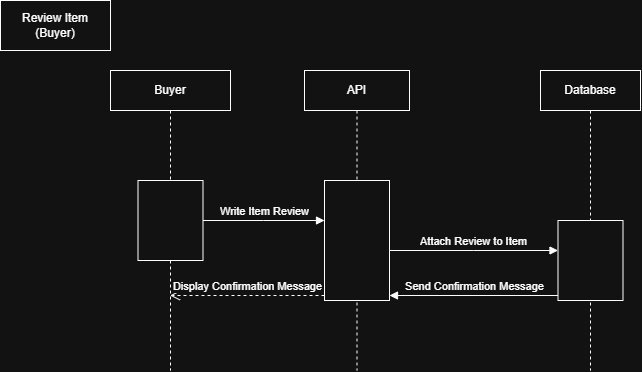
Earlier version of the draw.io export BraydenDiagrams/SequenceDiagram2.png (puckblocker/PokePacker). Source tidied: cells renumbered, new cells last; positions are measured from the earlier drawing's top-left corner, leaving out a move shared by most shapes. Source of this version:
```xml
<mxGraphModel>
  <root>
    <mxCell id="0" />
    <mxCell id="1" parent="0" />
    <mxCell id="2" value="Buyer" style="shape=umlLifeline;perimeter=lifelinePerimeter;whiteSpace=wrap;html=1;outlineConnect=0;portConstraint=eastwest;newEdgeStyle={&quot;edgeStyle&quot;:&quot;sequenceEdgeStyle&quot;,&quot;libavoidRouting&quot;:0,&quot;curved&quot;:0,&quot;rounded&quot;:0};" parent="1" vertex="1">
      <mxGeometry x="110" y="70" width="120" height="300" as="geometry" />
    </mxCell>
    <mxCell id="3" style="html=1;points=[[0,0,0,0,5],[0,1,0,0,-5],[1,0,0,0,5],[1,1,0,0,-5]];perimeter=orthogonalPerimeter;outlineConnect=0;targetShapes=umlLifeline;portConstraint=eastwest;newEdgeStyle={&quot;edgeStyle&quot;:&quot;sequenceEdgeStyle&quot;,&quot;libavoidRouting&quot;:0,&quot;curved&quot;:0,&quot;rounded&quot;:0};" parent="2" vertex="1">
      <mxGeometry x="27.5" y="110" width="65" height="80" as="geometry" />
    </mxCell>
    <mxCell id="4" value="Database" style="shape=umlLifeline;perimeter=lifelinePerimeter;whiteSpace=wrap;html=1;newEdgeStyle={&quot;edgeStyle&quot;:&quot;sequenceEdgeStyle&quot;,&quot;libavoidRouting&quot;:0,&quot;curved&quot;:0,&quot;rounded&quot;:0};" parent="1" vertex="1">
      <mxGeometry x="540" y="70" width="100" height="300" as="geometry" />
    </mxCell>
    <mxCell id="5" style="html=1;points=[[0,0,0,0,5],[0,1,0,0,-5],[1,0,0,0,5],[1,1,0,0,-5]];perimeter=orthogonalPerimeter;outlineConnect=0;targetShapes=umlLifeline;portConstraint=eastwest;newEdgeStyle={&quot;edgeStyle&quot;:&quot;sequenceEdgeStyle&quot;,&quot;libavoidRouting&quot;:0,&quot;curved&quot;:0,&quot;rounded&quot;:0};" parent="4" vertex="1">
      <mxGeometry x="17.5" y="150" width="65" height="80" as="geometry" />
    </mxCell>
    <mxCell id="6" value="Review Item&lt;div&gt;(Buyer)&lt;/div&gt;" style="html=1;whiteSpace=wrap;" parent="1" vertex="1">
      <mxGeometry width="110" height="50" as="geometry" />
    </mxCell>
    <mxCell id="7" value="Write Item Review" style="html=1;verticalAlign=bottom;endArrow=block;edgeStyle=sequenceEdgeStyle;libavoidRouting=0;curved=0;rounded=0;exitX=1;exitY=0;exitDx=0;exitDy=40;exitPerimeter=0;" parent="1" edge="1" source="3" target="13">
      <mxGeometry relative="1" as="geometry">
        <Array as="points">
          <mxPoint x="250" y="220" />
        </Array>
      </mxGeometry>
    </mxCell>
    <mxCell id="8" value="Attach Review to Item" style="html=1;verticalAlign=bottom;endArrow=block;edgeStyle=sequenceEdgeStyle;libavoidRouting=0;curved=0;rounded=0;exitX=1;exitY=0;exitDx=0;exitDy=70;exitPerimeter=0;" parent="1" edge="1" source="13" target="5">
      <mxGeometry relative="1" as="geometry">
        <Array as="points">
          <mxPoint x="450" y="250" />
        </Array>
      </mxGeometry>
    </mxCell>
    <mxCell id="9" value="Send Confirmation Message" style="html=1;verticalAlign=bottom;endArrow=block;edgeStyle=sequenceEdgeStyle;libavoidRouting=0;curved=0;rounded=0;entryX=1;entryY=1;entryDx=0;entryDy=-5;entryPerimeter=0;exitX=0;exitY=1;exitDx=0;exitDy=-5;exitPerimeter=0;" parent="1" edge="1" source="5" target="13">
      <mxGeometry relative="1" as="geometry">
        <Array as="points">
          <mxPoint x="338.5" y="295" />
        </Array>
      </mxGeometry>
    </mxCell>
    <mxCell id="10" value="Display Confirmation Message" style="html=1;verticalAlign=bottom;endArrow=open;dashed=1;endSize=8;edgeStyle=sequenceEdgeStyle;libavoidRouting=0;curved=0;rounded=0;exitX=0;exitY=1;exitDx=0;exitDy=-5;exitPerimeter=0;" parent="1" edge="1" source="13" target="2">
      <mxGeometry relative="1" as="geometry">
        <Array as="points">
          <mxPoint x="379.8" y="320" />
        </Array>
      </mxGeometry>
    </mxCell>
    <mxCell id="11" style="html=1;verticalAlign=bottom;endArrow=block;edgeStyle=sequenceEdgeStyle;libavoidRouting=0;curved=0;rounded=0;exitX=1;exitY=0;exitDx=0;exitDy=40;exitPerimeter=0;" parent="1" edge="1" target="12">
      <mxGeometry relative="1" as="geometry">
        <mxPoint x="360" y="220" as="sourcePoint" />
      </mxGeometry>
    </mxCell>
    <mxCell id="12" value="API" style="shape=umlLifeline;perimeter=lifelinePerimeter;whiteSpace=wrap;html=1;outlineConnect=0;portConstraint=eastwest;newEdgeStyle={&quot;edgeStyle&quot;:&quot;sequenceEdgeStyle&quot;,&quot;libavoidRouting&quot;:0,&quot;curved&quot;:0,&quot;rounded&quot;:0};" parent="1" vertex="1">
      <mxGeometry x="304" y="70" width="105" height="300" as="geometry" />
    </mxCell>
    <mxCell id="13" style="html=1;points=[[0,0,0,0,5],[0,1,0,0,-5],[1,0,0,0,5],[1,1,0,0,-5]];perimeter=orthogonalPerimeter;outlineConnect=0;targetShapes=umlLifeline;portConstraint=eastwest;newEdgeStyle={&quot;edgeStyle&quot;:&quot;sequenceEdgeStyle&quot;,&quot;libavoidRouting&quot;:0,&quot;curved&quot;:0,&quot;rounded&quot;:0};" parent="12" vertex="1">
      <mxGeometry x="20" y="110" width="65" height="120" as="geometry" />
    </mxCell>
  </root>
</mxGraphModel>
```
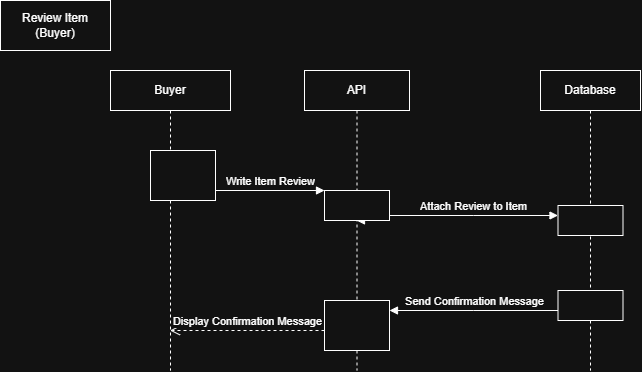
Above is the later version.

Commit message:
Updated Sequence Diagrams

The edit, as a diff of the source:
```diff
@@ -6,14 +6,17 @@
       <mxGeometry x="110" y="70" width="120" height="300" as="geometry" />
     </mxCell>
     <mxCell id="3" style="html=1;points=[[0,0,0,0,5],[0,1,0,0,-5],[1,0,0,0,5],[1,1,0,0,-5]];perimeter=orthogonalPerimeter;outlineConnect=0;targetShapes=umlLifeline;portConstraint=eastwest;newEdgeStyle={&quot;edgeStyle&quot;:&quot;sequenceEdgeStyle&quot;,&quot;libavoidRouting&quot;:0,&quot;curved&quot;:0,&quot;rounded&quot;:0};" parent="2" vertex="1">
-      <mxGeometry x="27.5" y="110" width="65" height="80" as="geometry" />
+      <mxGeometry x="40" y="80" width="65" height="50" as="geometry" />
     </mxCell>
     <mxCell id="4" value="Database" style="shape=umlLifeline;perimeter=lifelinePerimeter;whiteSpace=wrap;html=1;newEdgeStyle={&quot;edgeStyle&quot;:&quot;sequenceEdgeStyle&quot;,&quot;libavoidRouting&quot;:0,&quot;curved&quot;:0,&quot;rounded&quot;:0};" parent="1" vertex="1">
       <mxGeometry x="540" y="70" width="100" height="300" as="geometry" />
     </mxCell>
     <mxCell id="5" style="html=1;points=[[0,0,0,0,5],[0,1,0,0,-5],[1,0,0,0,5],[1,1,0,0,-5]];perimeter=orthogonalPerimeter;outlineConnect=0;targetShapes=umlLifeline;portConstraint=eastwest;newEdgeStyle={&quot;edgeStyle&quot;:&quot;sequenceEdgeStyle&quot;,&quot;libavoidRouting&quot;:0,&quot;curved&quot;:0,&quot;rounded&quot;:0};" parent="4" vertex="1">
-      <mxGeometry x="17.5" y="150" width="65" height="80" as="geometry" />
+      <mxGeometry x="17.5" y="135" width="65" height="30" as="geometry" />
     </mxCell>
+    <mxCell id="14" style="html=1;points=[[0,0,0,0,5],[0,1,0,0,-5],[1,0,0,0,5],[1,1,0,0,-5]];perimeter=orthogonalPerimeter;outlineConnect=0;targetShapes=umlLifeline;portConstraint=eastwest;newEdgeStyle={&quot;edgeStyle&quot;:&quot;sequenceEdgeStyle&quot;,&quot;libavoidRouting&quot;:0,&quot;curved&quot;:0,&quot;rounded&quot;:0};" parent="4" vertex="1">
+      <mxGeometry x="17.5" y="220" width="65" height="30" as="geometry" />
+    </mxCell>
     <mxCell id="6" value="Review Item&lt;div&gt;(Buyer)&lt;/div&gt;" style="html=1;whiteSpace=wrap;" parent="1" vertex="1">
       <mxGeometry width="110" height="50" as="geometry" />
     </mxCell>
@@ -24,24 +27,24 @@
         </Array>
       </mxGeometry>
     </mxCell>
-    <mxCell id="8" value="Attach Review to Item" style="html=1;verticalAlign=bottom;endArrow=block;edgeStyle=sequenceEdgeStyle;libavoidRouting=0;curved=0;rounded=0;exitX=1;exitY=0;exitDx=0;exitDy=70;exitPerimeter=0;" parent="1" edge="1" source="13" target="5">
+    <mxCell id="8" value="Attach Review to Item" style="html=1;verticalAlign=bottom;endArrow=block;edgeStyle=sequenceEdgeStyle;libavoidRouting=0;curved=0;rounded=0;exitX=1;exitY=1;exitDx=0;exitDy=-5;exitPerimeter=0;" parent="1" edge="1" source="13" target="5">
       <mxGeometry relative="1" as="geometry">
         <Array as="points">
-          <mxPoint x="450" y="250" />
+          <mxPoint x="456.8" y="250" />
         </Array>
       </mxGeometry>
     </mxCell>
-    <mxCell id="9" value="Send Confirmation Message" style="html=1;verticalAlign=bottom;endArrow=block;edgeStyle=sequenceEdgeStyle;libavoidRouting=0;curved=0;rounded=0;entryX=1;entryY=1;entryDx=0;entryDy=-5;entryPerimeter=0;exitX=0;exitY=1;exitDx=0;exitDy=-5;exitPerimeter=0;" parent="1" edge="1" source="5" target="13">
+    <mxCell id="9" value="Send Confirmation Message" style="html=1;verticalAlign=bottom;endArrow=block;edgeStyle=sequenceEdgeStyle;libavoidRouting=0;curved=0;rounded=0;" parent="1" edge="1" source="14" target="15">
       <mxGeometry relative="1" as="geometry">
         <Array as="points">
-          <mxPoint x="338.5" y="295" />
+          <mxPoint x="473.2" y="310" />
         </Array>
       </mxGeometry>
     </mxCell>
-    <mxCell id="10" value="Display Confirmation Message" style="html=1;verticalAlign=bottom;endArrow=open;dashed=1;endSize=8;edgeStyle=sequenceEdgeStyle;libavoidRouting=0;curved=0;rounded=0;exitX=0;exitY=1;exitDx=0;exitDy=-5;exitPerimeter=0;" parent="1" edge="1" source="13" target="2">
+    <mxCell id="10" value="Display Confirmation Message" style="html=1;verticalAlign=bottom;endArrow=open;dashed=1;endSize=8;edgeStyle=sequenceEdgeStyle;libavoidRouting=0;curved=0;rounded=0;" parent="1" edge="1" source="15" target="2">
       <mxGeometry relative="1" as="geometry">
         <Array as="points">
-          <mxPoint x="379.8" y="320" />
+          <mxPoint x="246.8" y="330" />
         </Array>
       </mxGeometry>
     </mxCell>
@@ -54,7 +57,10 @@
       <mxGeometry x="304" y="70" width="105" height="300" as="geometry" />
     </mxCell>
     <mxCell id="13" style="html=1;points=[[0,0,0,0,5],[0,1,0,0,-5],[1,0,0,0,5],[1,1,0,0,-5]];perimeter=orthogonalPerimeter;outlineConnect=0;targetShapes=umlLifeline;portConstraint=eastwest;newEdgeStyle={&quot;edgeStyle&quot;:&quot;sequenceEdgeStyle&quot;,&quot;libavoidRouting&quot;:0,&quot;curved&quot;:0,&quot;rounded&quot;:0};" parent="12" vertex="1">
-      <mxGeometry x="20" y="110" width="65" height="120" as="geometry" />
+      <mxGeometry x="20" y="120" width="65" height="30" as="geometry" />
     </mxCell>
+    <mxCell id="15" style="html=1;points=[[0,0,0,0,5],[0,1,0,0,-5],[1,0,0,0,5],[1,1,0,0,-5]];perimeter=orthogonalPerimeter;outlineConnect=0;targetShapes=umlLifeline;portConstraint=eastwest;newEdgeStyle={&quot;edgeStyle&quot;:&quot;sequenceEdgeStyle&quot;,&quot;libavoidRouting&quot;:0,&quot;curved&quot;:0,&quot;rounded&quot;:0};" parent="12" vertex="1">
+      <mxGeometry x="20" y="230" width="65" height="50" as="geometry" />
+    </mxCell>
   </root>
 </mxGraphModel>
```
